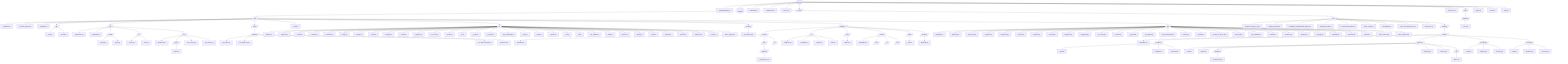
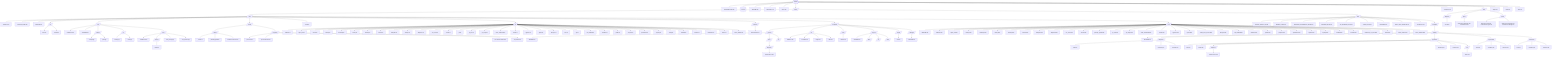
- %% antcrate tree — generated 2026-05-27T01:20:38Z
+ %% antcrate tree — generated 2026-06-01T19:01:52Z
graph TD
  root(["antcrate"])
  1["CONTRIBUTING.md"]
  root --> 1
  2[(LICENSE)]
  root --> 2
  3["README.md"]
  root --> 3
  4["SECURITY.md"]
  root --> 4
  5["SKILL.md"]
  root --> 5
  6[/assets/]
  root --> 6
  6a[/code/]
  6 --> 6a
  6a1["AGENTS.md"]
  6a --> 6a1
  6a2["CLAUDE_CODE.md"]
  6a --> 6a2
  6a3["README.md"]
  6a --> 6a3
  6a4[/bin/]
  6a --> 6a4
  6a4a["antcrate"]
  6a4 --> 6a4a
  6a4b["antcrated"]
  6a4 --> 6a4b
  6a5[/core/]
  6a --> 6a5
  6a5a["CMakeLists.txt"]
  6a5 --> 6a5a
  6a5b["README.md"]
  6a5 --> 6a5b
  6a5c[/include/]
  6a5 --> 6a5c
  6a5c1["canary.hpp"]
  6a5c --> 6a5c1
  6a5c2["json.hpp"]
  6a5c --> 6a5c2
  6a5d[/src/]
  6a5 --> 6a5d
  6a5d1["canary.cpp"]
  6a5d --> 6a5d1
  6a5d2["main.cpp"]
  6a5d --> 6a5d2
  6a5e[/tests/]
  6a5 --> 6a5e
  6a5e1["CMakeLists.txt"]
  6a5e --> 6a5e1
  6a5e2[/doctest/]
  6a5e --> 6a5e2
  6a5e2a["doctest.h"]
  6a5e2 --> 6a5e2a
  6a5e3["test_canary.cpp"]
  6a5e --> 6a5e3
  6a5e4["test_smoke.cpp"]
  6a5e --> 6a5e4
  6a6[/hooks/]
  6a --> 6a6
-   6a6a[/templates/]
+   6a6a[/claude/]
  6a6 --> 6a6a
-   6a6a1["pre-commit-ci"]
+   6a6a1["_zones.sh"]
  6a6a --> 6a6a1
-   6a6a2["pre-commit-secrets"]
+   6a6a2["gateway-guard.sh"]
  6a6a --> 6a6a2
-   6a6a3["pre-commit-stack-bash"]
+   6a6a3["shellcheck-on-save.sh"]
  6a6a --> 6a6a3
-   6a6a4["pre-push-tests"]
-   6a6a --> 6a6a4
+   6a6b[/templates/]
+   6a6 --> 6a6b
+   6a6b1["pre-commit-ci"]
+   6a6b --> 6a6b1
+   6a6b2["pre-commit-secrets"]
+   6a6b --> 6a6b2
+   6a6b3["pre-commit-stack-bash"]
+   6a6b --> 6a6b3
+   6a6b4["pre-push-tests"]
+   6a6b --> 6a6b4
  6a7["install.sh"]
  6a --> 6a7
  6a8[/lib/]
  6a --> 6a8
  6a8a["address.sh"]
  6a8 --> 6a8a
  6a8b["agent_init.sh"]
  6a8 --> 6a8b
  6a8c["anchor.sh"]
  6a8 --> 6a8c
  6a8d["backup.sh"]
  6a8 --> 6a8d
  6a8e["bootstrap.sh"]
  6a8 --> 6a8e
  6a8f["canary.sh"]
  6a8 --> 6a8f
  6a8g["cleanup.sh"]
  6a8 --> 6a8g
  6a8h["commit.sh"]
  6a8 --> 6a8h
  6a8i["delegate.sh"]
  6a8 --> 6a8i
  6a8j["devops.sh"]
  6a8 --> 6a8j
  6a8k["diagrams.sh"]
  6a8 --> 6a8k
  6a8l["env_scan.sh"]
  6a8 --> 6a8l
  6a8m["events.sh"]
  6a8 --> 6a8m
  6a8n["gh.sh"]
  6a8 --> 6a8n
  6a8o["git_init.sh"]
  6a8 --> 6a8o
  6a8p["git_triage.sh"]
  6a8 --> 6a8p
  6a8q["hook_autoinstall.sh"]
  6a8 --> 6a8q
  6a8r["hooks.sh"]
  6a8 --> 6a8r
-   6a8s["ingest.sh"]
+   6a8s["hygiene.sh"]
  6a8 --> 6a8s
-   6a8t["lifecycle.sh"]
+   6a8t["ingest.sh"]
  6a8 --> 6a8t
-   6a8u["lock.sh"]
+   6a8u["lifecycle.sh"]
  6a8 --> 6a8u
-   6a8v["log.sh"]
+   6a8v["lock.sh"]
  6a8 --> 6a8v
-   6a8w["md_scaffold.sh"]
+   6a8w["log.sh"]
  6a8 --> 6a8w
-   6a8x["profile.sh"]
+   6a8x["md_scaffold.sh"]
  6a8 --> 6a8x
-   6a8y["propose.sh"]
+   6a8y["obsidian.sh"]
  6a8 --> 6a8y
-   6a8z["registry.sh"]
+   6a8z["profile.sh"]
  6a8 --> 6a8z
-   6a8aa["safety.sh"]
+   6a8aa["propose.sh"]
  6a8 --> 6a8aa
-   6a8ab["scaffold.sh"]
+   6a8ab["quarantine.sh"]
  6a8 --> 6a8ab
-   6a8ac["schema.sh"]
+   6a8ac["registry.sh"]
  6a8 --> 6a8ac
-   6a8ad["subbranch.sh"]
+   6a8ad["safety.sh"]
  6a8 --> 6a8ad
-   6a8ae["watch.sh"]
+   6a8ae["scaffold.sh"]
  6a8 --> 6a8ae
-   6a8af["watch_window.sh"]
+   6a8af["schema.sh"]
  6a8 --> 6a8af
+   6a8ag["subbranch.sh"]
+   6a8 --> 6a8ag
+   6a8ah["watch.sh"]
+   6a8 --> 6a8ah
+   6a8ai["watch_window.sh"]
+   6a8 --> 6a8ai
  6a9[/systemd/]
  6a --> 6a9
  6a9a["antcrated.service"]
  6a9 --> 6a9a
  6a10[/templates/]
  6a --> 6a10
  6a10a[/_generic/]
  6a10 --> 6a10a
  6a10a1["README.md"]
  6a10a --> 6a10a1
  6a10a2[/docs/]
  6a10a --> 6a10a2
  6a10a2a[/diagrams/]
  6a10a2 --> 6a10a2a
  6a10a2a1["architecture.mmd"]
  6a10a2a --> 6a10a2a1
  6a10a3[/src/]
  6a10a --> 6a10a3
  6a10b[/md/]
  6a10 --> 6a10b
  6a10b1["AGENTS.md"]
  6a10b --> 6a10b1
  6a10b2["CLAUDE.md"]
  6a10b --> 6a10b2
  6a10b3["ledger.md"]
  6a10b --> 6a10b3
  6a10b4["state.md"]
  6a10b --> 6a10b4
  6a10c[/notes/]
  6a10 --> 6a10c
  6a10c1["INDEX.md"]
  6a10c --> 6a10c1
  6a10d[/projects/]
  6a10 --> 6a10d
  6a10d1["README.md"]
  6a10d --> 6a10d1
  6a10d2[/docs/]
  6a10d --> 6a10d2
  6a10d3[/src/]
  6a10d --> 6a10d3
  6a10d4[/tests/]
  6a10d --> 6a10d4
  6a10e[/scripts/]
  6a10 --> 6a10e
  6a10e1["main.sh"]
  6a10e --> 6a10e1
  6a10f[/webapps/]
  6a10 --> 6a10f
  6a10f1["README.md"]
  6a10f --> 6a10f1
  6a11[/tests/]
  6a --> 6a11
  6a11a["README.md"]
  6a11 --> 6a11a
  6a11b["address.bats"]
  6a11 --> 6a11b
  6a11c["agent_init.bats"]
  6a11 --> 6a11c
  6a11d["backup.bats"]
  6a11 --> 6a11d
  6a11e["bootstrap.bats"]
  6a11 --> 6a11e
  6a11f["canary.bats"]
  6a11 --> 6a11f
  6a11g["cleanup.bats"]
  6a11 --> 6a11g
  6a11h["commit.bats"]
  6a11 --> 6a11h
  6a11i["delegate.bats"]
  6a11 --> 6a11i
  6a11j["diagrams.bats"]
  6a11 --> 6a11j
  6a11k["env_scan.bats"]
  6a11 --> 6a11k
  6a11l["events.bats"]
  6a11 --> 6a11l
-   6a11m["git_init.bats"]
+   6a11m["gateway_guard.bats"]
  6a11 --> 6a11m
-   6a11n["git_triage.bats"]
+   6a11n["git_init.bats"]
  6a11 --> 6a11n
-   6a11o["hook_autoinstall.bats"]
+   6a11o["git_triage.bats"]
  6a11 --> 6a11o
-   6a11p["hooks.bats"]
+   6a11p["hook_autoinstall.bats"]
  6a11 --> 6a11p
-   6a11q["ingest.bats"]
+   6a11q["hooks.bats"]
  6a11 --> 6a11q
-   6a11r["install_from_source.bats"]
+   6a11r["hygiene.bats"]
  6a11 --> 6a11r
-   6a11s["lifecycle.bats"]
+   6a11s["ingest.bats"]
  6a11 --> 6a11s
-   6a11t["md_scaffold.bats"]
+   6a11t["install_from_source.bats"]
  6a11 --> 6a11t
-   6a11u["profile.bats"]
+   6a11u["lifecycle.bats"]
  6a11 --> 6a11u
-   6a11v["propose.bats"]
+   6a11v["md_scaffold.bats"]
  6a11 --> 6a11v
-   6a11w["register.bats"]
+   6a11w["obsidian.bats"]
  6a11 --> 6a11w
-   6a11x["registry.bats"]
+   6a11x["profile.bats"]
  6a11 --> 6a11x
-   6a11y["scaffold.bats"]
+   6a11y["propose.bats"]
  6a11 --> 6a11y
-   6a11z["schema.bats"]
+   6a11z["quarantine.bats"]
  6a11 --> 6a11z
-   6a11aa["watch.bats"]
+   6a11aa["register.bats"]
  6a11 --> 6a11aa
-   6a11ab["watch_smoke.bats"]
+   6a11ab["registry.bats"]
  6a11 --> 6a11ab
-   6a11ac["watch_window.bats"]
+   6a11ac["scaffold.bats"]
  6a11 --> 6a11ac
+   6a11ad["schema.bats"]
+   6a11 --> 6a11ad
+   6a11ae["shellcheck_on_save.bats"]
+   6a11 --> 6a11ae
+   6a11af["watch.bats"]
+   6a11 --> 6a11af
+   6a11ag["watch_smoke.bats"]
+   6a11 --> 6a11ag
+   6a11ah["watch_window.bats"]
+   6a11 --> 6a11ah
  6b[/docs/]
  6 --> 6b
  6b1["AntCrate_blueprint_v0.pdf"]
  6b --> 6b1
  6b2["BUNDLE_SPEC.md"]
  6b --> 6b2
  6b3["DIAGRAM_AUTOMATION_GUIDE.md"]
  6b --> 6b3
  6b4["DIAGRAM_PLAN.md"]
  6b --> 6b4
  6b5["GH_PIPELINE_PLAN.md"]
  6b --> 6b5
  6b6["HOOK_PLAN.md"]
  6b --> 6b6
  6b7["PATTERNS.md"]
  6b --> 6b7
  6b8["POST_DEV_BACKLOG.md"]
  6b --> 6b8
  6b9["architecture.md"]
  6b --> 6b9
  6b10[/examples/]
  6b --> 6b10
  6b10a[/bundles/]
  6b10 --> 6b10a
  6b10a1["README.md"]
  6b10a --> 6b10a1
  6b10a2[/composite/]
  6b10a --> 6b10a2
  6b10a2a["STATUS"]
  6b10a2 --> 6b10a2a
  6b10a2b["manifest.json"]
  6b10a2 --> 6b10a2b
  6b10a2c["research.md"]
  6b10a2 --> 6b10a2c
  6b10a3[/git-pinned/]
  6b10a --> 6b10a3
  6b10a3a["STATUS"]
  6b10a3 --> 6b10a3a
  6b10a3b["claude.md"]
  6b10a3 --> 6b10a3b
  6b10a3c[/diagrams/]
  6b10a3 --> 6b10a3c
  6b10a3c1["architecture.mmd"]
  6b10a3c --> 6b10a3c1
  6b10a3d["manifest.json"]
  6b10a3 --> 6b10a3d
  6b10a3e["research.md"]
  6b10a3 --> 6b10a3e
  6b10a3f[/skill/]
  6b10a3 --> 6b10a3f
  6b10a3f1["SKILL.md"]
  6b10a3f --> 6b10a3f1
  6b10a4[/supersedes/]
  6b10a --> 6b10a4
  6b10a4a["STATUS"]
  6b10a4 --> 6b10a4a
  6b10a4b["manifest.json"]
  6b10a4 --> 6b10a4b
  6b10a4c["research.md"]
  6b10a4 --> 6b10a4c
  6b10a5[/theoretical/]
  6b10a --> 6b10a5
  6b10a5a["STATUS"]
  6b10a5 --> 6b10a5a
  6b10a5b["manifest.json"]
  6b10a5 --> 6b10a5b
  6b10a5c["research.md"]
  6b10a5 --> 6b10a5c
  7["composes.md"]
  root --> 7
  8[/docs/]
  root --> 8
  8a[/diagrams/]
  8 --> 8a
  8a1["tree.mmd"]
  8a --> 8a1
+   8b[/plans/]
+   8 --> 8b
+   8b1["2026-06-01-gateway-rule-violations-fix.md"]
+   8b --> 8b1
+   8c[/specs/]
+   8 --> 8c
+   8c1["2026-05-31-harness-enforcement-layer.md"]
+   8c --> 8c1
+   8c2["2026-06-01-gateway-rule-violations-fix-design.md"]
+   8c --> 8c2
  9["ledger.md"]
  root --> 9
  10["stack.md"]
  root --> 10
  11["state.md"]
  root --> 11
